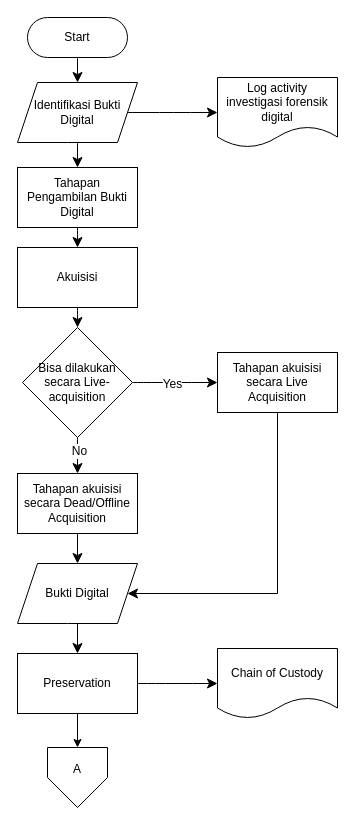
Earlier version of the draw.io diagram page "Collection" (1 of 4) of investigasi forensik digital.drawio (tompilooo/DF-Flow). Source tidied: cells renumbered, new cells numbered last; positions are measured from the earlier drawing's top-left corner, leaving out a move shared by most shapes. Both pictures are drawn from the tidied source at 100%, with x=0, y=0 at pixel (17, 17).
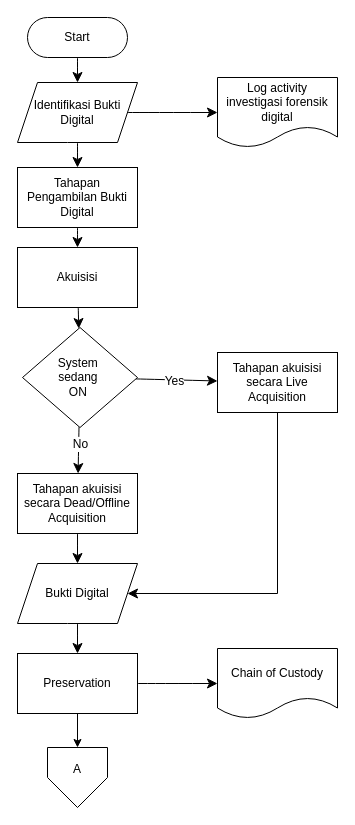
Above is the later version.

Change to the diagram source:
```diff
@@
-    <mxCell id="15" value="Bisa dilakukan secara Live-acquisition" style="rhombus;whiteSpace=wrap;html=1;rounded=1;arcSize=0;" parent="1" vertex="1">
-      <mxGeometry x="5" y="310" width="110" height="110" as="geometry" />
+    <mxCell id="15" value="System&amp;nbsp;&lt;div&gt;sedang&amp;nbsp;&lt;div&gt;ON&amp;nbsp;&lt;/div&gt;&lt;/div&gt;" style="rhombus;whiteSpace=wrap;html=1;rounded=1;arcSize=0;align=center;" parent="1" vertex="1">
+      <mxGeometry x="5" y="310" width="115" height="100" as="geometry" />
     </mxCell>
```
